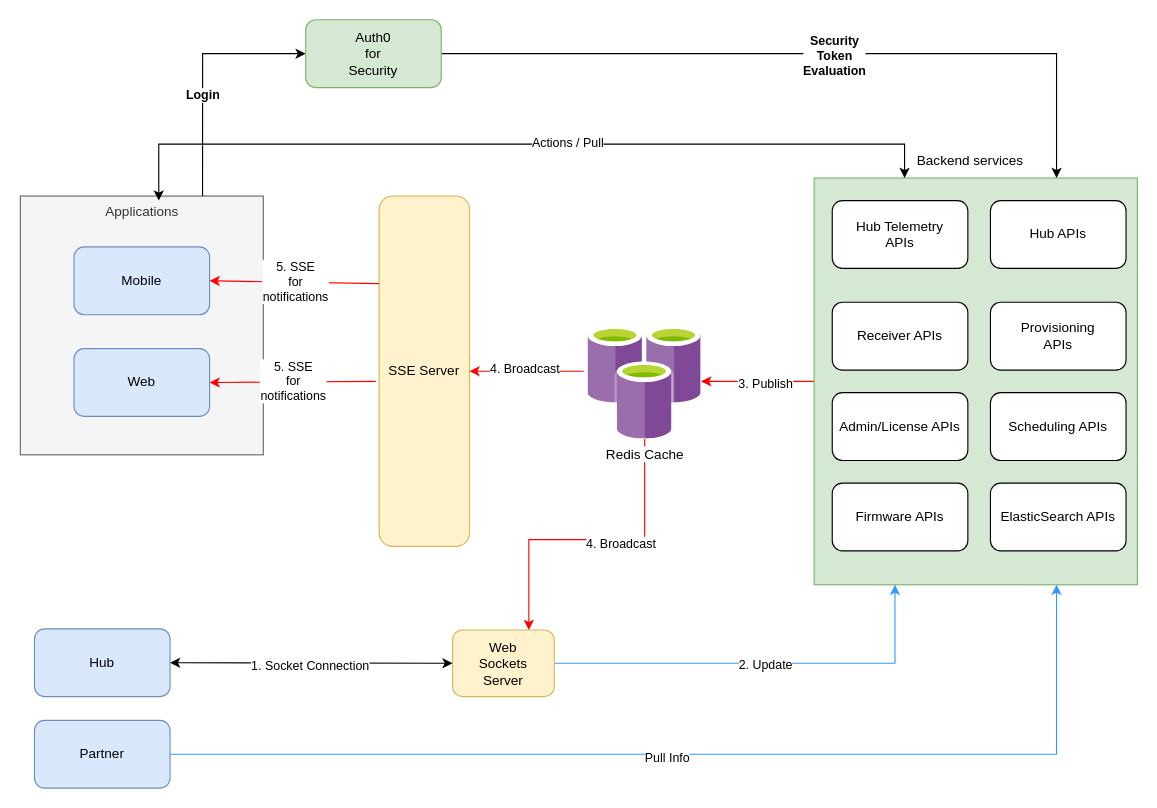
This is page "Overall" (1 of 7) of diagrams/Untitled Diagram.drawio from nadusumilli/mobileArch, a draw.io file, before an edit. Source tidied: cells renumbered, new cells numbered last; positions are measured from the earlier drawing's top-left corner, leaving out a move shared by most shapes. Both pictures are drawn from the tidied source at 113%, with x=0, y=0 at pixel (20, 19).
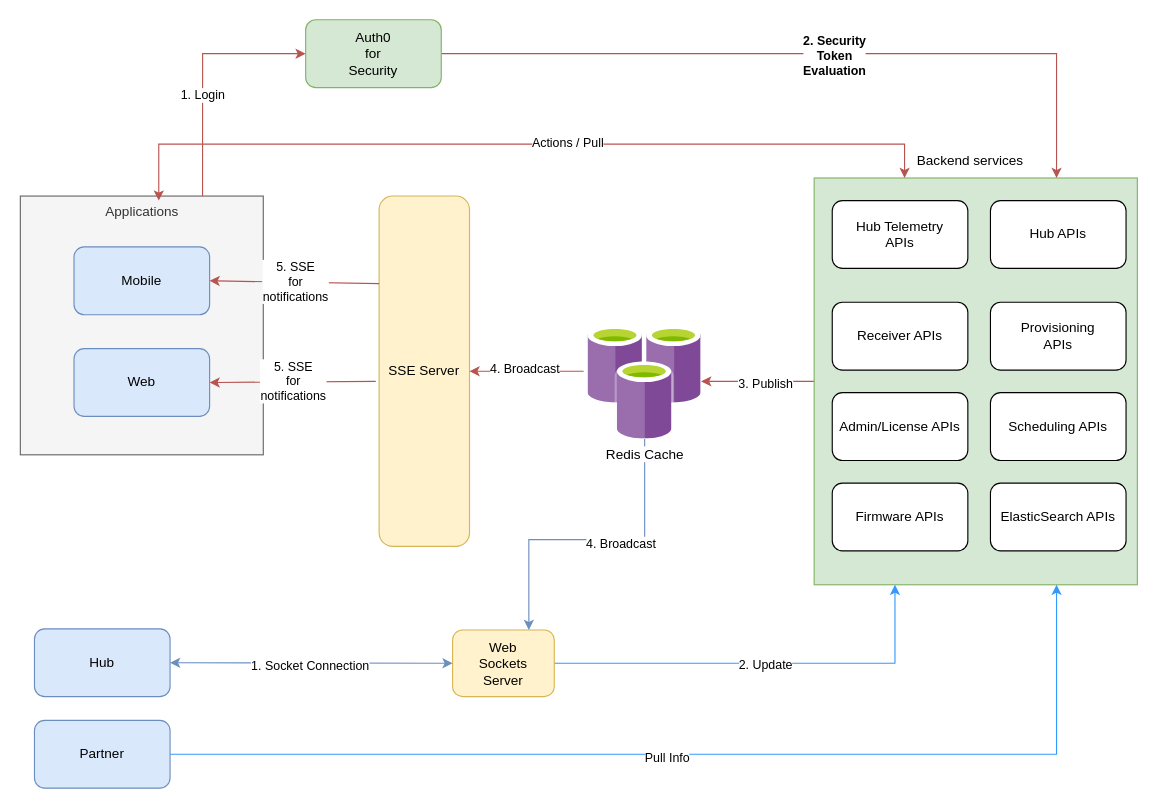
After the change.

Unchanged cells that the change refers to:
```xml
<mxCell id="5" style="rounded=0;whiteSpace=wrap;html=1;fillColor=#d5e8d4;strokeColor=#82b366;" parent="1" vertex="1">
  <mxGeometry x="702" y="140" width="286" height="360" as="geometry" />
</mxCell>
<mxCell id="6" value="Applications" style="rounded=0;whiteSpace=wrap;html=1;fillColor=#f5f5f5;verticalAlign=top;fontColor=#333333;strokeColor=#666666;" parent="1" vertex="1">
  <mxGeometry x="-0.5" y="156" width="215" height="229" as="geometry" />
</mxCell>
<mxCell id="8" value="Web" style="rounded=1;whiteSpace=wrap;html=1;fillColor=#dae8fc;strokeColor=#6c8ebf;" parent="1" vertex="1">
  <mxGeometry x="47" y="291" width="120" height="60" as="geometry" />
</mxCell>
<mxCell id="9" value="Hub" style="rounded=1;whiteSpace=wrap;html=1;fillColor=#dae8fc;strokeColor=#6c8ebf;" parent="1" vertex="1">
  <mxGeometry x="12" y="539" width="120" height="60" as="geometry" />
</mxCell>
<mxCell id="21" value="SSE Server" style="rounded=1;whiteSpace=wrap;html=1;fillColor=#fff2cc;strokeColor=#d6b656;" parent="1" vertex="1">
  <mxGeometry x="317" y="156" width="80" height="310" as="geometry" />
</mxCell>
<mxCell id="25" value="Web&lt;div&gt;Sockets&lt;/div&gt;&lt;div&gt;Server&lt;/div&gt;" style="rounded=1;whiteSpace=wrap;html=1;fillColor=#fff2cc;strokeColor=#d6b656;" parent="1" vertex="1">
  <mxGeometry x="382" y="540" width="90" height="59" as="geometry" />
</mxCell>
<mxCell id="26" value="Backend services&amp;nbsp;" style="text;html=1;align=center;verticalAlign=middle;whiteSpace=wrap;rounded=0;" parent="1" vertex="1">
  <mxGeometry x="782" y="110" width="120" height="30" as="geometry" />
</mxCell>
<mxCell id="35" value="Redis Cache" style="image;sketch=0;html=1;points=[];align=center;fontSize=12;image=img/lib/mscae/Azure_Cache_for_Redis.svg;" parent="1" vertex="1">
  <mxGeometry x="502" y="271" width="100" height="100" as="geometry" />
</mxCell>
<mxCell id="42" value="Auth0&lt;div&gt;for&lt;/div&gt;&lt;div&gt;Security&lt;/div&gt;" style="rounded=1;whiteSpace=wrap;html=1;fillColor=#d5e8d4;strokeColor=#82b366;" parent="1" vertex="1">
  <mxGeometry x="252" width="120" height="60" as="geometry" />
</mxCell>
```

What changed in the source:
```diff
@@
-    <mxCell id="2" style="edgeStyle=orthogonalEdgeStyle;rounded=0;jettySize=auto;html=1;fillColor=#f8cecc;strokeColor=#FF0000;" parent="1" edge="1" source="5" target="35">
+    <mxCell id="2" style="edgeStyle=orthogonalEdgeStyle;rounded=0;jettySize=auto;html=1;fillColor=#f8cecc;strokeColor=#b85450;" parent="1" edge="1" source="5" target="35">
       <mxGeometry relative="1" as="geometry">
         <Array as="points">
           <mxPoint x="702" y="321" />
           <mxPoint x="702" y="321" />
         </Array>
       </mxGeometry>
     </mxCell>
@@
-    <mxCell id="27" style="endArrow=classic;html=1;rounded=0;exitX=0;exitY=0.25;exitDx=0;exitDy=0;strokeColor=#FF0000;" parent="1" edge="1" source="21">
+    <mxCell id="27" style="endArrow=classic;html=1;rounded=0;exitX=0;exitY=0.25;exitDx=0;exitDy=0;strokeColor=#b85450;fillColor=#f8cecc;" parent="1" edge="1" source="21">
       <mxGeometry relative="1" as="geometry">
         <mxPoint x="167" y="231" as="targetPoint" />
       </mxGeometry>
     </mxCell>
@@
-    <mxCell id="29" style="endArrow=classic;html=1;rounded=0;exitX=-0.037;exitY=0.529;exitDx=0;exitDy=0;exitPerimeter=0;entryX=1;entryY=0.5;entryDx=0;entryDy=0;strokeColor=#FF0000;" parent="1" edge="1" source="21" target="8">
+    <mxCell id="29" style="endArrow=classic;html=1;rounded=0;exitX=-0.037;exitY=0.529;exitDx=0;exitDy=0;exitPerimeter=0;entryX=1;entryY=0.5;entryDx=0;entryDy=0;strokeColor=#b85450;fillColor=#f8cecc;" parent="1" edge="1" source="21" target="8">
       <mxGeometry relative="1" as="geometry" />
     </mxCell>
@@
-    <mxCell id="31" style="edgeStyle=orthogonalEdgeStyle;rounded=0;jettySize=auto;html=1;strokeColor=#FF0000;" parent="1" edge="1" target="21">
+    <mxCell id="31" style="edgeStyle=orthogonalEdgeStyle;rounded=0;jettySize=auto;html=1;strokeColor=#b85450;fillColor=#f8cecc;" parent="1" edge="1" target="21">
       <mxGeometry relative="1" as="geometry">
         <mxPoint x="498" y="311" as="sourcePoint" />
         <Array as="points">
           <mxPoint x="442" y="311" />
           <mxPoint x="442" y="311" />
         </Array>
       </mxGeometry>
     </mxCell>
@@
-    <mxCell id="33" style="edgeStyle=orthogonalEdgeStyle;rounded=0;jettySize=auto;html=1;entryX=0.75;entryY=0;entryDx=0;entryDy=0;strokeColor=#FF0000;" parent="1" edge="1" source="35" target="25">
+    <mxCell id="33" style="edgeStyle=orthogonalEdgeStyle;rounded=0;jettySize=auto;html=1;entryX=0.75;entryY=0;entryDx=0;entryDy=0;strokeColor=#6c8ebf;fillColor=#dae8fc;" parent="1" edge="1" source="35" target="25">
       <mxGeometry relative="1" as="geometry">
         <Array as="points">
           <mxPoint x="552" y="460" />
           <mxPoint x="450" y="460" />
         </Array>
       </mxGeometry>
     </mxCell>
@@
-    <mxCell id="36" style="endArrow=classic;startArrow=classic;html=1;rounded=0;entryX=0;entryY=0.5;entryDx=0;entryDy=0;exitX=1;exitY=0.5;exitDx=0;exitDy=0;" parent="1" edge="1" source="9" target="25">
+    <mxCell id="36" style="endArrow=classic;startArrow=classic;html=1;rounded=0;entryX=0;entryY=0.5;entryDx=0;entryDy=0;exitX=1;exitY=0.5;exitDx=0;exitDy=0;fillColor=#dae8fc;strokeColor=#6c8ebf;" parent="1" edge="1" source="9" target="25">
       <mxGeometry relative="1" as="geometry" />
     </mxCell>
@@
-    <mxCell id="38" style="edgeStyle=orthogonalEdgeStyle;rounded=0;jettySize=auto;html=1;exitX=0.75;exitY=0;exitDx=0;exitDy=0;entryX=0;entryY=0.5;entryDx=0;entryDy=0;" parent="1" edge="1" source="6" target="42">
+    <mxCell id="38" style="edgeStyle=orthogonalEdgeStyle;rounded=0;jettySize=auto;html=1;exitX=0.75;exitY=0;exitDx=0;exitDy=0;entryX=0;entryY=0.5;entryDx=0;entryDy=0;fillColor=#f8cecc;strokeColor=#b85450;" parent="1" edge="1" source="6" target="42">
       <mxGeometry relative="1" as="geometry">
         <Array as="points">
           <mxPoint x="161" y="30" />
         </Array>
       </mxGeometry>
     </mxCell>
-    <mxCell id="39" value="&lt;b&gt;Login&lt;/b&gt;" style="edgeLabel;html=1;align=center;verticalAlign=middle;" parent="38" vertex="1">
+    <mxCell id="39" value="1. Login" style="edgeLabel;html=1;align=center;verticalAlign=middle;" parent="38" vertex="1">
       <mxGeometry x="-0.17" relative="1" as="geometry" />
     </mxCell>
-    <mxCell id="40" style="edgeStyle=orthogonalEdgeStyle;rounded=0;jettySize=auto;html=1;exitX=1;exitY=0.5;exitDx=0;exitDy=0;entryX=0.75;entryY=0;entryDx=0;entryDy=0;" parent="1" edge="1" source="42" target="5">
+    <mxCell id="40" style="edgeStyle=orthogonalEdgeStyle;rounded=0;jettySize=auto;html=1;exitX=1;exitY=0.5;exitDx=0;exitDy=0;entryX=0.75;entryY=0;entryDx=0;entryDy=0;fillColor=#f8cecc;strokeColor=#b85450;" parent="1" edge="1" source="42" target="5">
       <mxGeometry relative="1" as="geometry">
         <Array as="points">
           <mxPoint x="917" y="30" />
         </Array>
       </mxGeometry>
     </mxCell>
-    <mxCell id="41" value="&lt;b&gt;Security&lt;/b&gt;&lt;div&gt;&lt;b&gt;Token&lt;/b&gt;&lt;/div&gt;&lt;div&gt;&lt;b&gt;Evaluation&lt;/b&gt;&lt;/div&gt;" style="edgeLabel;html=1;align=center;verticalAlign=middle;" parent="40" vertex="1">
+    <mxCell id="41" value="&lt;b&gt;2&lt;/b&gt;&lt;b&gt;. Security&lt;/b&gt;&lt;div&gt;&lt;div&gt;&lt;b&gt;Token&lt;/b&gt;&lt;/div&gt;&lt;div&gt;&lt;b&gt;Evaluation&lt;/b&gt;&lt;/div&gt;&lt;/div&gt;" style="edgeLabel;html=1;align=center;verticalAlign=middle;" parent="40" vertex="1">
       <mxGeometry x="0.06" y="-1" relative="1" as="geometry" />
     </mxCell>
@@
-    <mxCell id="43" style="endArrow=classic;startArrow=classic;html=1;rounded=0;entryX=0;entryY=1;entryDx=0;entryDy=0;" parent="1" edge="1" target="26">
+    <mxCell id="43" style="endArrow=classic;startArrow=classic;html=1;rounded=0;entryX=0;entryY=1;entryDx=0;entryDy=0;fillColor=#f8cecc;strokeColor=#b85450;" parent="1" edge="1" target="26">
       <mxGeometry relative="1" as="geometry">
         <mxPoint x="122" y="160" as="sourcePoint" />
         <Array as="points">
           <mxPoint x="122" y="125" />
           <mxPoint x="122" y="110" />
           <mxPoint x="782" y="110" />
         </Array>
       </mxGeometry>
     </mxCell>
```
